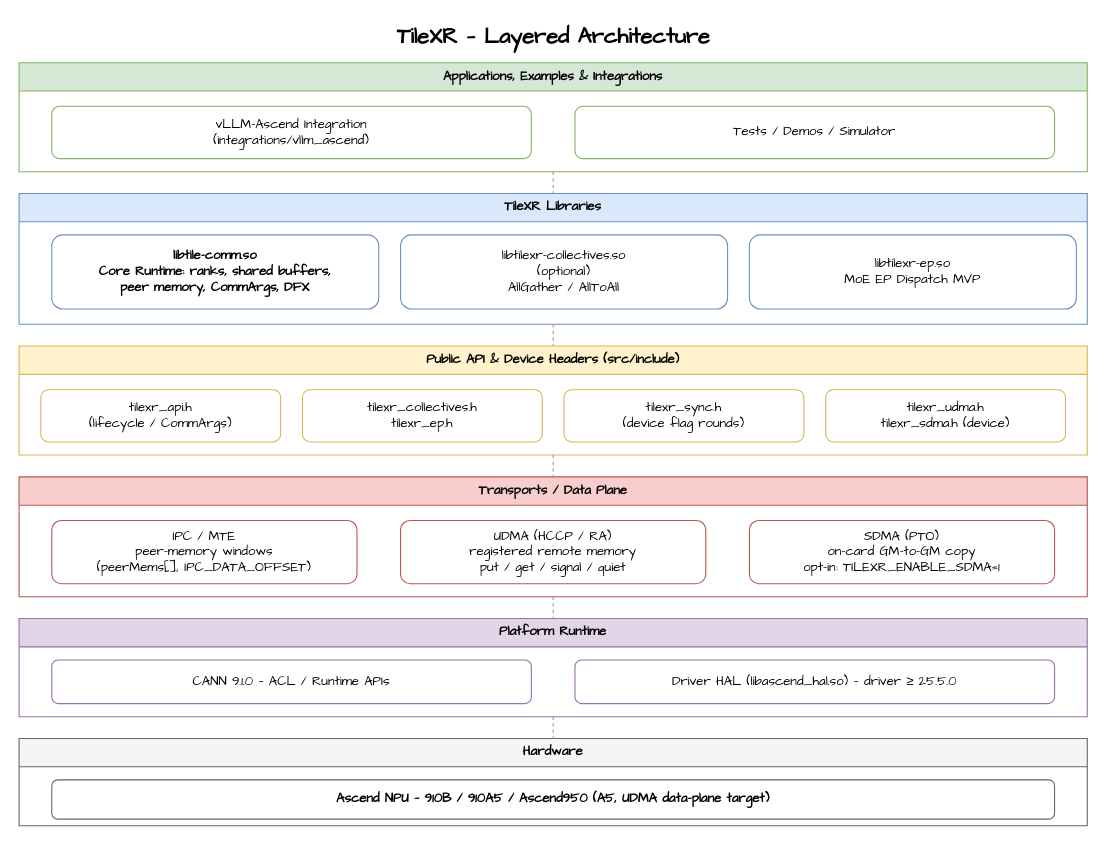
LingquLab/TileXR keeps this draw.io diagram as docs/diagrams/architecture-overview.drawio. Above is the earlier version. Source tidied: cells renumbered, new cells numbered last; positions are measured from the earlier drawing's top-left corner, leaving out a move shared by most shapes. Both pictures are drawn from the tidied source at 109%, with x=0, y=0 at pixel (19, 19).
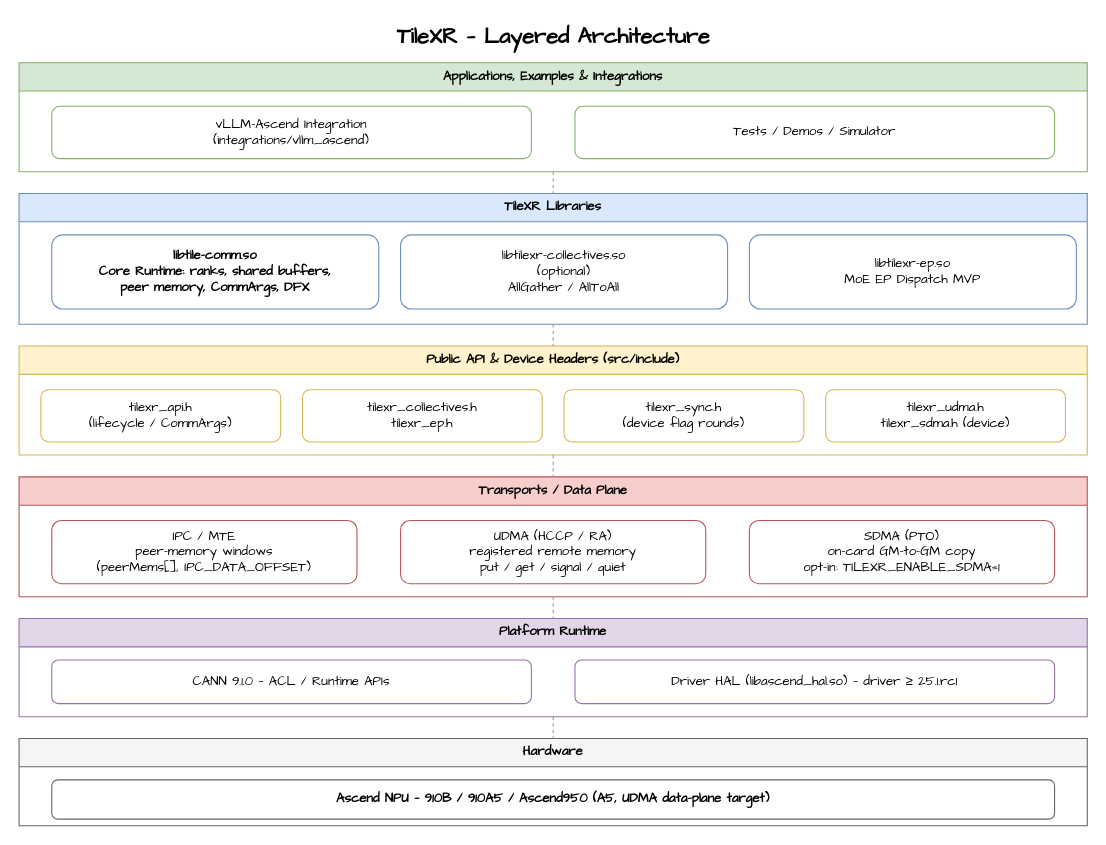
After the change.

Commit message (it also covers changes not shown here):
fix: lower minimum NPU driver version

The change refers to these unchanged cells:
```xml
<mxCell id="19" value="Platform Runtime" style="swimlane;startSize=26;fillColor=#e1d5e7;strokeColor=#9673a6;fontStyle=1;whiteSpace=wrap;fontFamily=Comic Sans MS;" parent="1" vertex="1">
  <mxGeometry y="550" width="980" height="90" as="geometry" />
</mxCell>
```

Diff of the diagram source:
```diff
@@
-    <mxCell id="21" value="Driver HAL (libascend_hal.so) — driver ≥ 25.5.0" style="rounded=1;whiteSpace=wrap;fillColor=#ffffff;strokeColor=#9673a6;fontFamily=Comic Sans MS;" parent="19" vertex="1">
+    <mxCell id="21" value="Driver HAL (libascend_hal.so) — driver ≥ 25.1.rc1" style="rounded=1;whiteSpace=wrap;fillColor=#ffffff;strokeColor=#9673a6;fontFamily=Comic Sans MS;" parent="19" vertex="1">
       <mxGeometry x="510" y="38" width="440" height="40" as="geometry" />
     </mxCell>
```
